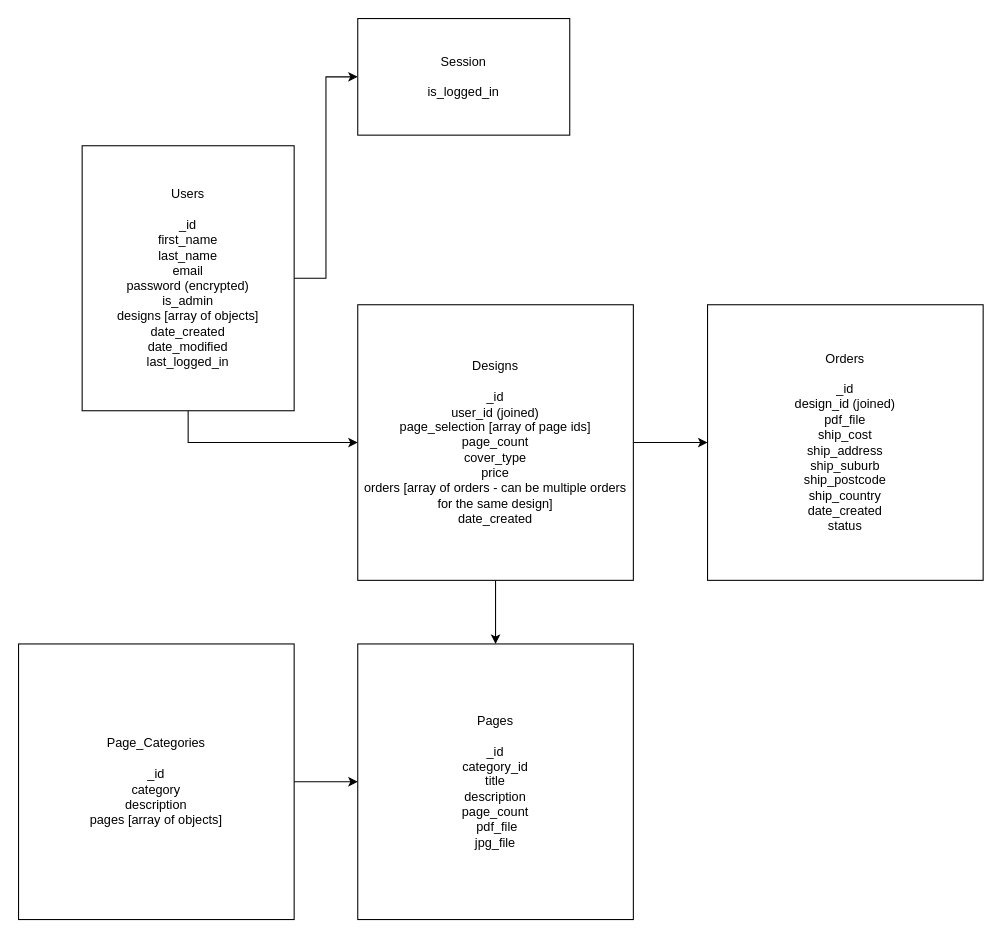
This is assets/database-diagram.drawio from katyjmt/ps-lite, a draw.io file, before an edit. Source tidied: cells renumbered, new cells numbered last; positions are measured from the earlier drawing's top-left corner, leaving out a move shared by most shapes. Both pictures are drawn from the tidied source at 106%, with x=0, y=0 at pixel (18, 18).
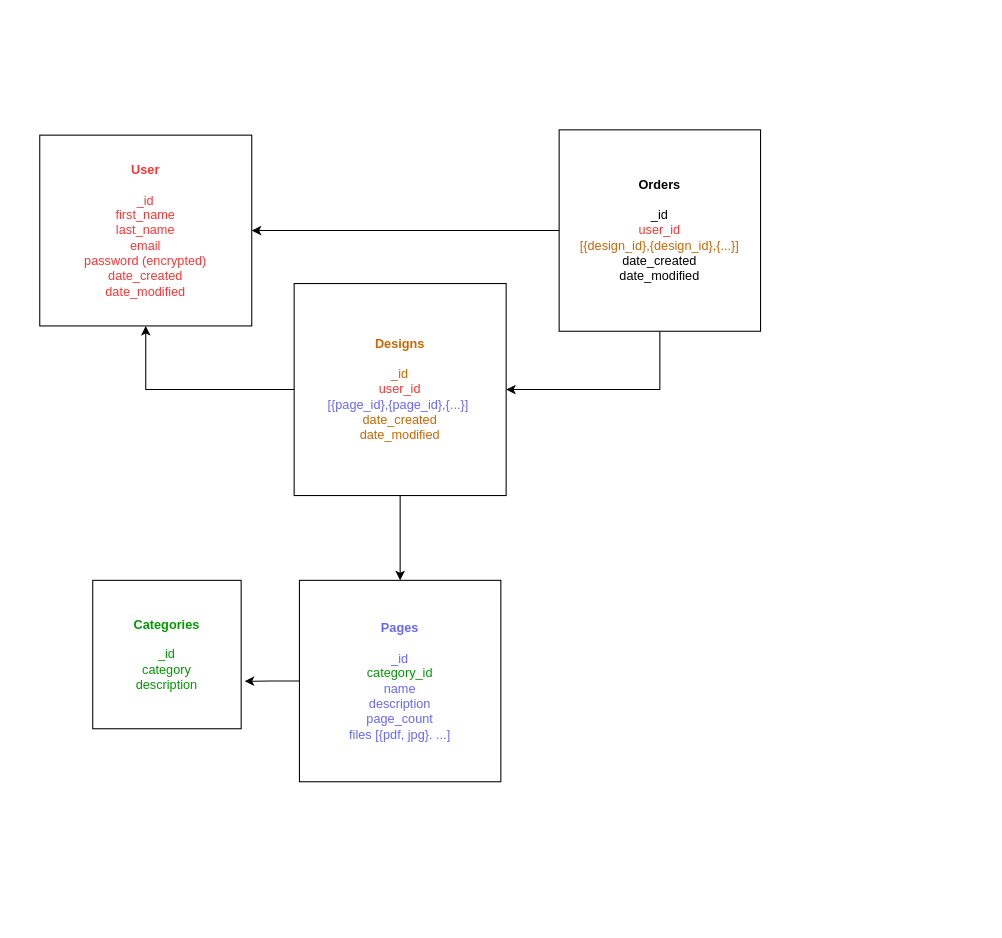
The same diagram, later.

The edit, as a diff of the source:
```diff
@@
 <mxGraphModel>
   <root>
     <mxCell id="0" />
     <mxCell id="1" parent="0" />
-    <mxCell id="2" style="edgeStyle=orthogonalEdgeStyle;rounded=0;jettySize=auto;html=1;entryX=0;entryY=0.5;entryDx=0;entryDy=0;" parent="1" edge="1" source="4" target="9">
-      <mxGeometry relative="1" as="geometry" />
-    </mxCell>
-    <mxCell id="3" style="edgeStyle=orthogonalEdgeStyle;rounded=0;jettySize=auto;html=1;exitX=0.5;exitY=1;exitDx=0;exitDy=0;entryX=0;entryY=0.5;entryDx=0;entryDy=0;" parent="1" edge="1" source="4" target="7">
-      <mxGeometry relative="1" as="geometry" />
-    </mxCell>
-    <mxCell id="4" value="Users&lt;br&gt;&lt;br&gt;_id&lt;br&gt;first_name&lt;br&gt;last_name&lt;br&gt;email&lt;br&gt;password (encrypted)&lt;br&gt;is_admin&lt;br&gt;designs [array of objects]&lt;br&gt;date_created&lt;br&gt;date_modified&lt;br&gt;last_logged_in" style="rounded=0;whiteSpace=wrap;html=1;" parent="1" vertex="1">
-      <mxGeometry x="60" y="120" width="200" height="250" as="geometry" />
+    <mxCell id="4" value="&lt;font color=&quot;#ff3333&quot;&gt;&lt;b&gt;User&lt;br&gt;&lt;/b&gt;&lt;br&gt;_id&lt;br&gt;first_name&lt;br&gt;last_name&lt;br&gt;email&lt;br&gt;password (encrypted)&lt;br&gt;date_created&lt;br&gt;date_modified&lt;/font&gt;" style="rounded=0;whiteSpace=wrap;html=1;" parent="1" vertex="1">
+      <mxGeometry x="20" y="110" width="200" height="180" as="geometry" />
     </mxCell>
-    <mxCell id="5" style="edgeStyle=orthogonalEdgeStyle;rounded=0;jettySize=auto;html=1;entryX=0;entryY=0.5;entryDx=0;entryDy=0;" parent="1" edge="1" source="7" target="8">
-      <mxGeometry relative="1" as="geometry" />
-    </mxCell>
     <mxCell id="6" style="edgeStyle=orthogonalEdgeStyle;rounded=0;jettySize=auto;html=1;exitX=0.5;exitY=1;exitDx=0;exitDy=0;entryX=0.5;entryY=0;entryDx=0;entryDy=0;" parent="1" edge="1" source="7" target="10">
       <mxGeometry relative="1" as="geometry" />
     </mxCell>
+    <mxCell id="13" style="edgeStyle=orthogonalEdgeStyle;rounded=0;jettySize=auto;html=1;entryX=0.5;entryY=1;entryDx=0;entryDy=0;" parent="1" edge="1" source="7" target="4">
+      <mxGeometry relative="1" as="geometry" />
+    </mxCell>
-    <mxCell id="7" value="Designs&lt;br&gt;&lt;br&gt;_id&lt;br&gt;user_id (joined)&lt;br&gt;page_selection [array of page ids]&lt;br&gt;page_count&lt;br&gt;cover_type&lt;br&gt;price&lt;br&gt;orders [array of orders - can be multiple orders for the same design]&lt;br&gt;date_created" style="whiteSpace=wrap;html=1;" parent="1" vertex="1">
-      <mxGeometry x="320" y="270" width="260" height="260" as="geometry" />
+    <mxCell id="7" value="&lt;b&gt;&lt;font color=&quot;#cc6600&quot;&gt;Designs&lt;/font&gt;&lt;br&gt;&lt;/b&gt;&lt;br&gt;&lt;font color=&quot;#cc6600&quot;&gt;_id&lt;/font&gt;&lt;br&gt;&lt;font style=&quot;&quot; color=&quot;#ff3333&quot;&gt;user_id&lt;br&gt;&lt;/font&gt;&lt;font style=&quot;&quot; color=&quot;#6666ff&quot;&gt;[{page_id},{page_id},{...}]&lt;b&gt;&amp;nbsp;&lt;/b&gt;&lt;br&gt;&lt;/font&gt;&lt;font color=&quot;#cc6600&quot;&gt;date_created&lt;/font&gt;&lt;br&gt;&lt;font color=&quot;#cc6600&quot;&gt;date_modified&lt;/font&gt;" style="whiteSpace=wrap;html=1;" parent="1" vertex="1">
+      <mxGeometry x="260" y="250" width="200" height="200" as="geometry" />
     </mxCell>
+    <mxCell id="14" style="edgeStyle=orthogonalEdgeStyle;rounded=0;jettySize=auto;html=1;entryX=1;entryY=0.5;entryDx=0;entryDy=0;" parent="1" edge="1" source="8" target="4">
+      <mxGeometry relative="1" as="geometry" />
+    </mxCell>
+    <mxCell id="15" style="edgeStyle=orthogonalEdgeStyle;rounded=0;jettySize=auto;html=1;exitX=0.5;exitY=1;exitDx=0;exitDy=0;entryX=1;entryY=0.5;entryDx=0;entryDy=0;" parent="1" edge="1" source="8" target="7">
+      <mxGeometry relative="1" as="geometry" />
+    </mxCell>
-    <mxCell id="8" value="Orders&lt;br&gt;&lt;br&gt;_id&lt;br&gt;design_id (joined)&lt;br&gt;pdf_file&lt;br&gt;ship_cost&lt;br&gt;ship_address&lt;br&gt;ship_suburb&lt;br&gt;ship_postcode&lt;br&gt;ship_country&lt;br&gt;date_created&lt;br&gt;status" style="whiteSpace=wrap;html=1;" parent="1" vertex="1">
-      <mxGeometry x="650" y="270" width="260" height="260" as="geometry" />
+    <mxCell id="8" value="&lt;b&gt;Orders&lt;br&gt;&lt;/b&gt;&lt;br&gt;_id&lt;br&gt;&lt;font style=&quot;&quot; color=&quot;#ff3333&quot;&gt;user_id&lt;br&gt;&lt;/font&gt;&lt;font style=&quot;&quot; color=&quot;#cc6600&quot;&gt;[{design_id},{design_id},{...}]&lt;br&gt;&lt;/font&gt;date_created&lt;br&gt;date_modified" style="whiteSpace=wrap;html=1;" parent="1" vertex="1">
+      <mxGeometry x="510" y="105" width="190" height="190" as="geometry" />
     </mxCell>
-    <mxCell id="9" value="Session&lt;br&gt;&lt;br&gt;is_logged_in" style="rounded=0;whiteSpace=wrap;html=1;" parent="1" vertex="1">
-      <mxGeometry x="320" width="200" height="110" as="geometry" />
-    </mxCell>
+    <mxCell id="16" style="edgeStyle=orthogonalEdgeStyle;rounded=0;jettySize=auto;html=1;entryX=1.024;entryY=0.68;entryDx=0;entryDy=0;entryPerimeter=0;" parent="1" edge="1" source="10" target="12">
+      <mxGeometry relative="1" as="geometry" />
+    </mxCell>
-    <mxCell id="10" value="Pages&lt;br&gt;&lt;br&gt;_id&lt;br&gt;category_id&lt;br&gt;title&lt;br&gt;description&lt;br&gt;page_count&lt;br&gt;&amp;nbsp;pdf_file&lt;br&gt;jpg_file&lt;br&gt;" style="whiteSpace=wrap;html=1;" parent="1" vertex="1">
-      <mxGeometry x="320" y="590" width="260" height="260" as="geometry" />
+    <mxCell id="10" value="&lt;b style=&quot;color: rgb(102, 102, 255);&quot;&gt;Pages&lt;br&gt;&lt;/b&gt;&lt;br&gt;&lt;font color=&quot;#6666ff&quot;&gt;_id&lt;/font&gt;&lt;br&gt;&lt;font color=&quot;#009900&quot;&gt;category_id&lt;br&gt;&lt;/font&gt;&lt;font color=&quot;#6666ff&quot;&gt;name&lt;/font&gt;&lt;br&gt;&lt;font color=&quot;#6666ff&quot;&gt;description&lt;/font&gt;&lt;br&gt;&lt;font color=&quot;#6666ff&quot;&gt;page_count&lt;/font&gt;&lt;br&gt;&lt;font color=&quot;#6666ff&quot;&gt;files [{pdf, jpg}. ...]&lt;/font&gt;" style="whiteSpace=wrap;html=1;" parent="1" vertex="1">
+      <mxGeometry x="265" y="530" width="190" height="190" as="geometry" />
     </mxCell>
-    <mxCell id="11" style="edgeStyle=orthogonalEdgeStyle;rounded=0;jettySize=auto;html=1;entryX=0;entryY=0.5;entryDx=0;entryDy=0;" parent="1" edge="1" source="12" target="10">
-      <mxGeometry relative="1" as="geometry" />
-    </mxCell>
-    <mxCell id="12" value="Page_Categories&lt;br&gt;&lt;br&gt;_id&lt;br&gt;category&lt;br&gt;description&lt;br&gt;pages [array of objects]&lt;br&gt;" style="whiteSpace=wrap;html=1;" parent="1" vertex="1">
-      <mxGeometry y="590" width="260" height="260" as="geometry" />
+    <mxCell id="12" value="&lt;font color=&quot;#009900&quot;&gt;&lt;b&gt;Categories&lt;br&gt;&lt;/b&gt;&lt;br&gt;_id&lt;br&gt;category&lt;br&gt;description&lt;/font&gt;" style="whiteSpace=wrap;html=1;" parent="1" vertex="1">
+      <mxGeometry x="70" y="530" width="140" height="140" as="geometry" />
     </mxCell>
   </root>
 </mxGraphModel>
```
